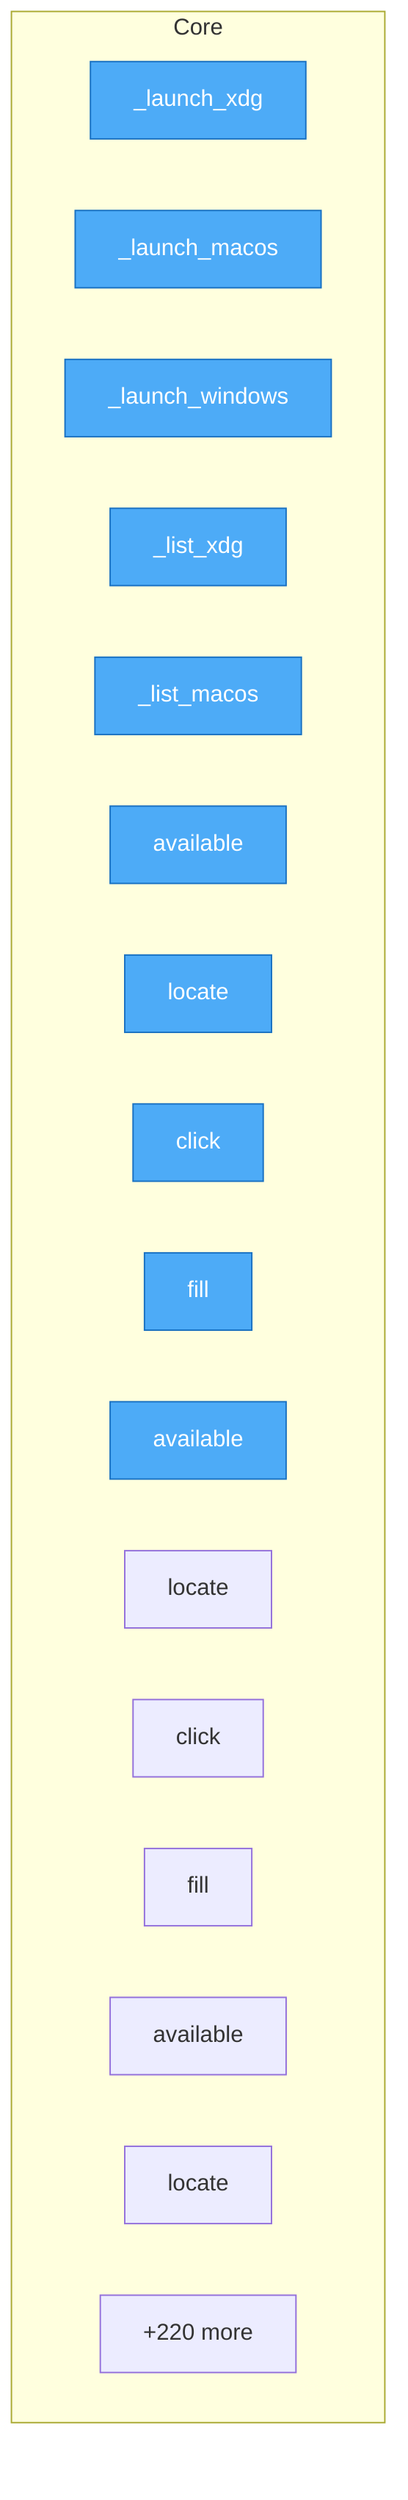
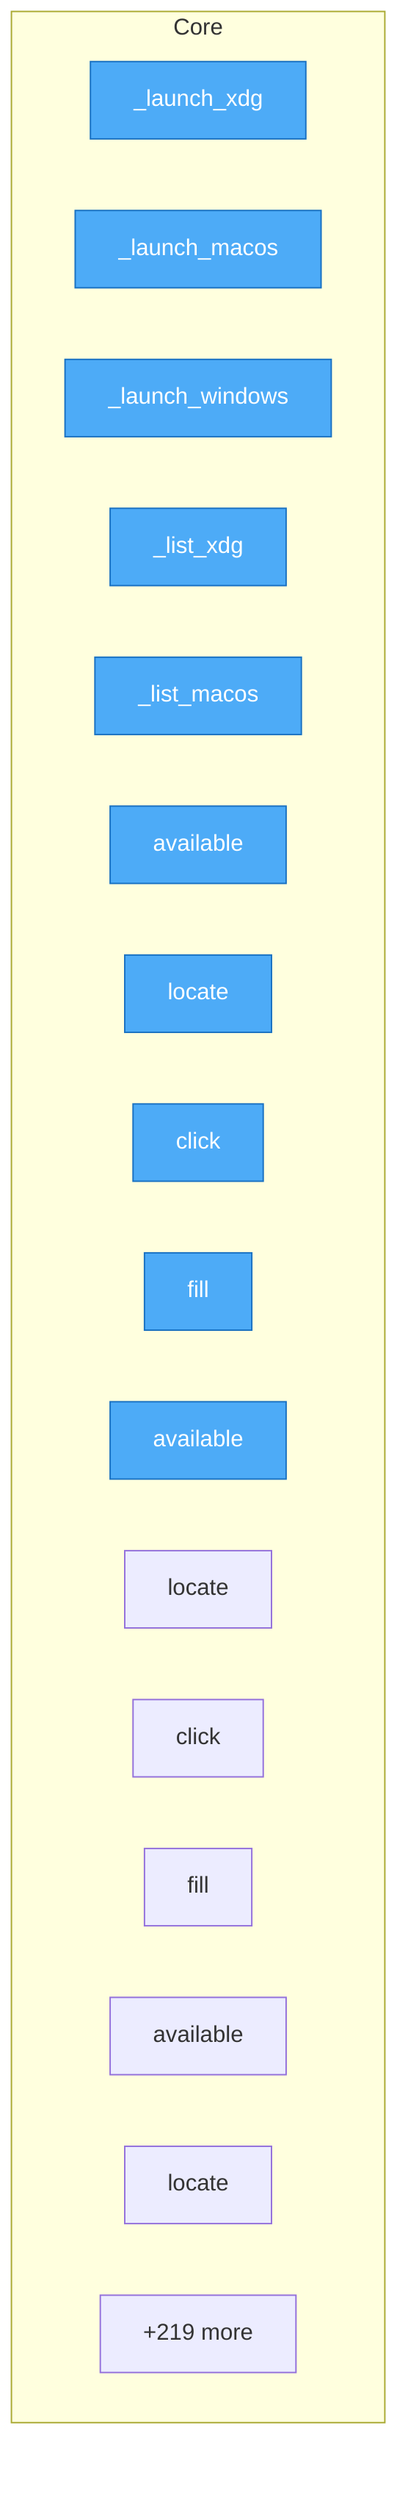
flowchart TD
%% generated in 0.01s

    %% Entry points (blue)
    classDef entry fill:#4dabf7,stroke:#1971c2,color:#fff

    subgraph Core
        urirun_connector_kvm__launch_backends___launch_xdg["_launch_xdg"]
        urirun_connector_kvm__launch_backends___launch_macos["_launch_macos"]
        urirun_connector_kvm__launch_backends___launch_windows["_launch_windows"]
        urirun_connector_kvm__launch_backends___list_xdg["_list_xdg"]
        urirun_connector_kvm__launch_backends___list_macos["_list_macos"]
        urirun_connector_kvm__strategies__CdpStrategy__available["available"]
        urirun_connector_kvm__strategies__CdpStrategy__locate["locate"]
        urirun_connector_kvm__strategies__CdpStrategy__click["click"]
        urirun_connector_kvm__strategies__CdpStrategy__fill["fill"]
        urirun_connector_kvm__strategies__AtspiStrategy__available["available"]
        urirun_connector_kvm__strategies__AtspiStrategy__locate["locate"]
        urirun_connector_kvm__strategies__AtspiStrategy__click["click"]
        urirun_connector_kvm__strategies__AtspiStrategy__fill["fill"]
        urirun_connector_kvm__strategies__VisionStrategy__available["available"]
        urirun_connector_kvm__strategies__VisionStrategy__locate["locate"]
-         ...["+220 more"]
+         ...["+219 more"]
    end

    class urirun_connector_kvm__launch_backends___launch_xdg,urirun_connector_kvm__launch_backends___launch_macos,urirun_connector_kvm__launch_backends___launch_windows,urirun_connector_kvm__launch_backends___list_xdg,urirun_connector_kvm__launch_backends___list_macos,urirun_connector_kvm__strategies__CdpStrategy__available,urirun_connector_kvm__strategies__CdpStrategy__locate,urirun_connector_kvm__strategies__CdpStrategy__click,urirun_connector_kvm__strategies__CdpStrategy__fill,urirun_connector_kvm__strategies__AtspiStrategy__available entry
